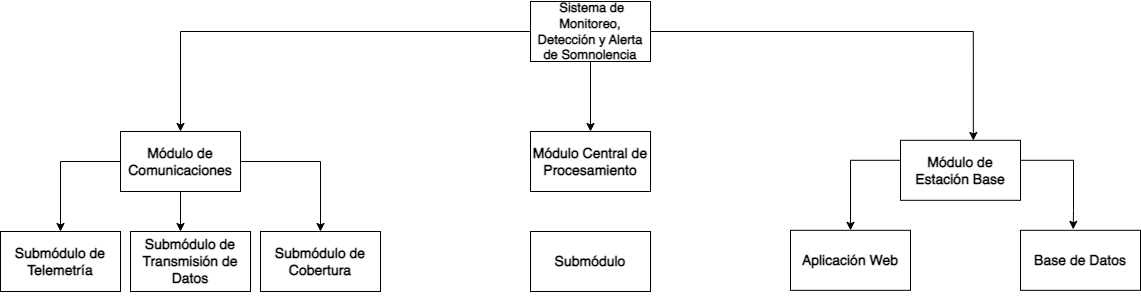
alangamboa97/TT keeps this draw.io diagram as topdowngeneral.png. Above is the earlier version. Source tidied: cells renumbered, new cells last; positions are measured from the earlier drawing's top-left corner, leaving out a move shared by most shapes. Its diagram source:
```xml
<mxGraphModel>
  <root>
    <mxCell id="0" />
    <mxCell id="1" parent="0" />
    <mxCell id="2" style="edgeStyle=orthogonalEdgeStyle;rounded=0;jettySize=auto;html=1;fontSize=14;" parent="1" edge="1" source="5" target="6">
      <mxGeometry relative="1" as="geometry" />
    </mxCell>
    <mxCell id="3" style="edgeStyle=orthogonalEdgeStyle;rounded=0;jettySize=auto;html=1;entryX=0.607;entryY=0.003;entryDx=0;entryDy=0;entryPerimeter=0;fontSize=14;" parent="1" edge="1" source="5" target="13">
      <mxGeometry relative="1" as="geometry" />
    </mxCell>
    <mxCell id="4" style="edgeStyle=orthogonalEdgeStyle;rounded=0;jettySize=auto;html=1;entryX=0.5;entryY=0;entryDx=0;entryDy=0;fontSize=14;" parent="1" edge="1" source="5" target="10">
      <mxGeometry relative="1" as="geometry" />
    </mxCell>
    <mxCell id="5" value="&lt;b style=&quot;font-size: 13px;&quot;&gt;&amp;nbsp;Sistema de Monitoreo, Detección y Alerta de Somnolencia&lt;/b&gt;" style="rounded=0;whiteSpace=wrap;html=1;fontSize=13;" parent="1" vertex="1">
      <mxGeometry x="530" width="120" height="60" as="geometry" />
    </mxCell>
    <mxCell id="6" value="&lt;b style=&quot;font-size: 14px;&quot;&gt;Módulo Central de Procesamiento&lt;/b&gt;" style="rounded=0;whiteSpace=wrap;html=1;fontSize=14;" parent="1" vertex="1">
      <mxGeometry x="530" y="130" width="120" height="60" as="geometry" />
    </mxCell>
    <mxCell id="7" style="edgeStyle=orthogonalEdgeStyle;rounded=0;jettySize=auto;html=1;entryX=0.5;entryY=0;entryDx=0;entryDy=0;fontSize=14;" parent="1" edge="1" source="10" target="16">
      <mxGeometry relative="1" as="geometry" />
    </mxCell>
    <mxCell id="8" style="edgeStyle=orthogonalEdgeStyle;rounded=0;jettySize=auto;html=1;fontSize=14;" parent="1" edge="1" source="10">
      <mxGeometry relative="1" as="geometry">
        <mxPoint x="180" y="230" as="targetPoint" />
      </mxGeometry>
    </mxCell>
    <mxCell id="9" style="edgeStyle=orthogonalEdgeStyle;rounded=0;jettySize=auto;html=1;fontSize=14;" parent="1" edge="1" source="10" target="14">
      <mxGeometry relative="1" as="geometry">
        <Array as="points">
          <mxPoint x="60" y="160" />
        </Array>
      </mxGeometry>
    </mxCell>
    <mxCell id="10" value="&lt;b style=&quot;font-size: 14px;&quot;&gt;Módulo de Comunicaciones&lt;/b&gt;" style="rounded=0;whiteSpace=wrap;html=1;fontSize=14;" parent="1" vertex="1">
      <mxGeometry x="120" y="130" width="120" height="60" as="geometry" />
    </mxCell>
    <mxCell id="11" style="edgeStyle=orthogonalEdgeStyle;rounded=0;jettySize=auto;html=1;entryX=0.5;entryY=0;entryDx=0;entryDy=0;fontSize=14;" parent="1" edge="1" source="13" target="17">
      <mxGeometry relative="1" as="geometry">
        <Array as="points">
          <mxPoint x="850" y="158.8" />
        </Array>
      </mxGeometry>
    </mxCell>
    <mxCell id="12" style="edgeStyle=orthogonalEdgeStyle;rounded=0;jettySize=auto;html=1;entryX=0.439;entryY=-0.016;entryDx=0;entryDy=0;entryPerimeter=0;fontSize=14;" parent="1" edge="1" source="13" target="18">
      <mxGeometry relative="1" as="geometry">
        <Array as="points">
          <mxPoint x="1073" y="158.8" />
          <mxPoint x="1073" y="208.8" />
        </Array>
      </mxGeometry>
    </mxCell>
    <mxCell id="13" value="&lt;b style=&quot;font-size: 14px;&quot;&gt;Módulo de Estación Base&lt;/b&gt;" style="rounded=0;whiteSpace=wrap;html=1;fontSize=14;" parent="1" vertex="1">
      <mxGeometry x="900" y="138.8" width="120" height="60" as="geometry" />
    </mxCell>
    <mxCell id="14" value="&lt;b style=&quot;font-size: 14px;&quot;&gt;Submódulo de Telemetría&lt;/b&gt;" style="rounded=0;whiteSpace=wrap;html=1;fontSize=14;" parent="1" vertex="1">
      <mxGeometry y="230" width="120" height="60" as="geometry" />
    </mxCell>
    <mxCell id="15" value="&lt;b style=&quot;font-size: 14px;&quot;&gt;Submódulo de Transmisión de Datos&lt;/b&gt;" style="rounded=0;whiteSpace=wrap;html=1;fontSize=14;" parent="1" vertex="1">
      <mxGeometry x="130" y="230" width="120" height="60" as="geometry" />
    </mxCell>
    <mxCell id="16" value="&lt;b style=&quot;font-size: 14px;&quot;&gt;Submódulo de Cobertura&lt;/b&gt;" style="rounded=0;whiteSpace=wrap;html=1;fontSize=14;" parent="1" vertex="1">
      <mxGeometry x="260" y="230" width="120" height="60" as="geometry" />
    </mxCell>
    <mxCell id="17" value="&lt;b style=&quot;font-size: 14px;&quot;&gt;Aplicación Web&lt;/b&gt;" style="rounded=0;whiteSpace=wrap;html=1;fontSize=14;" parent="1" vertex="1">
      <mxGeometry x="790" y="228.8" width="120" height="60" as="geometry" />
    </mxCell>
    <mxCell id="18" value="&lt;b style=&quot;font-size: 14px;&quot;&gt;Base de Datos&lt;/b&gt;" style="rounded=0;whiteSpace=wrap;html=1;fontSize=14;" parent="1" vertex="1">
      <mxGeometry x="1020" y="228.8" width="120" height="60" as="geometry" />
    </mxCell>
    <mxCell id="19" style="edgeStyle=orthogonalEdgeStyle;rounded=0;orthogonalLoop=1;jettySize=auto;html=1;exitX=0.5;exitY=1;exitDx=0;exitDy=0;fontSize=14;" parent="1" edge="1" source="17" target="17">
      <mxGeometry relative="1" as="geometry" />
    </mxCell>
    <mxCell id="20" value="&lt;b&gt;Submódulo&lt;/b&gt;" style="rounded=0;whiteSpace=wrap;html=1;fontSize=14;" parent="1" vertex="1">
      <mxGeometry x="530" y="230" width="120" height="60" as="geometry" />
    </mxCell>
  </root>
</mxGraphModel>
```
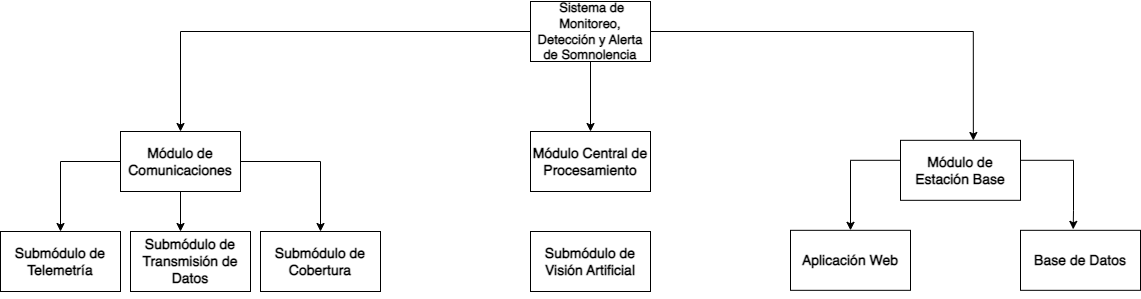
The same diagram one commit later.

Change to the diagram source:
```diff
@@ -71,7 +71,7 @@
     <mxCell id="19" style="edgeStyle=orthogonalEdgeStyle;rounded=0;orthogonalLoop=1;jettySize=auto;html=1;exitX=0.5;exitY=1;exitDx=0;exitDy=0;fontSize=14;" parent="1" edge="1" source="17" target="17">
       <mxGeometry relative="1" as="geometry" />
     </mxCell>
-    <mxCell id="20" value="&lt;b&gt;Submódulo&lt;/b&gt;" style="rounded=0;whiteSpace=wrap;html=1;fontSize=14;" parent="1" vertex="1">
+    <mxCell id="20" value="&lt;b&gt;Submódulo de Visión Artificial&lt;/b&gt;" style="rounded=0;whiteSpace=wrap;html=1;fontSize=14;" parent="1" vertex="1">
       <mxGeometry x="530" y="230" width="120" height="60" as="geometry" />
     </mxCell>
   </root>
```
